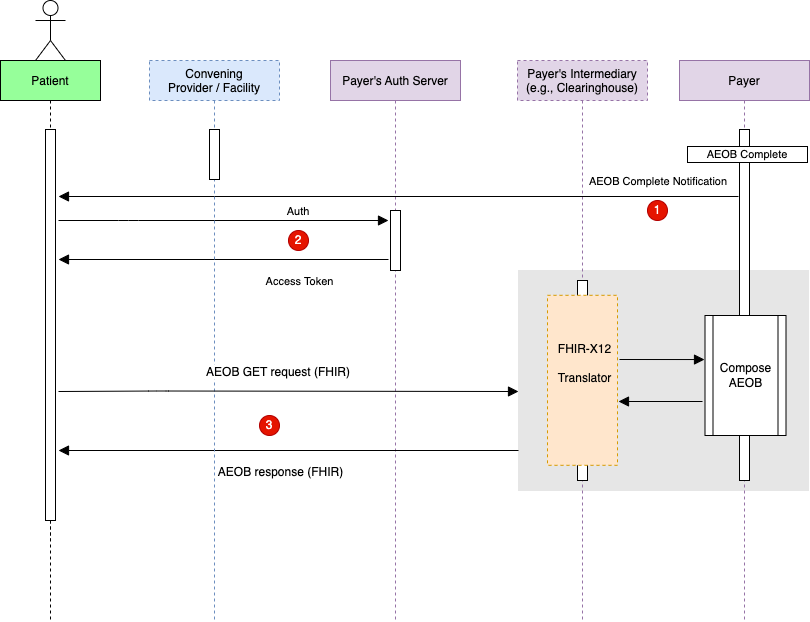
HL7/davinci-pct keeps this draw.io diagram as input/images/GetAEOB.drawio.png. Above is the earlier version. Source tidied: cells renumbered, new cells last; positions are measured from the earlier drawing's top-left corner, leaving out a move shared by most shapes.
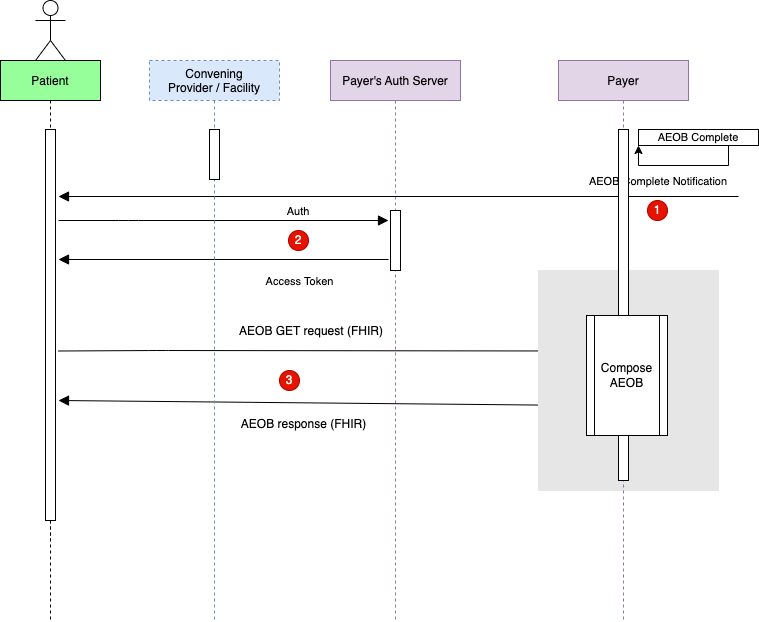
The same diagram one commit later.

Diff of the diagram source:
```diff
@@ -14,6 +14,24 @@
     <mxCell id="5" style="perimeter=orthogonalPerimeter;rounded=0;shadow=0;strokeWidth=1;" parent="4" vertex="1">
       <mxGeometry x="60" y="150" width="10" height="60" as="geometry" />
     </mxCell>
+    <mxCell id="27" style="verticalAlign=bottom;endArrow=block;shadow=0;strokeWidth=1;labelBackgroundColor=none;endSize=8;exitX=0;exitY=0.75;exitDx=0;exitDy=0;" parent="4" edge="1" source="18">
+      <mxGeometry x="0.02" y="-7" relative="1" as="geometry">
+        <mxPoint x="-272" y="340" as="targetPoint" />
+      </mxGeometry>
+    </mxCell>
+    <mxCell id="28" value="&lt;span style=&quot;font-size: 12px&quot;&gt;AEOB response (FHIR)&lt;/span&gt;" style="edgeLabel;html=1;align=center;verticalAlign=bottom;labelPosition=center;verticalLabelPosition=top;" parent="27" vertex="1">
+      <mxGeometry x="0.32" y="-4" relative="1" as="geometry">
+        <mxPoint x="65" y="34" as="offset" />
+      </mxGeometry>
+    </mxCell>
+    <mxCell id="31" value="AEOB GET request (FHIR)" style="verticalAlign=bottom;endArrow=block;shadow=0;strokeWidth=1;endSize=8;fontSize=12;entryX=0.025;entryY=0.296;entryDx=0;entryDy=0;entryPerimeter=0;" parent="4" edge="1" target="18">
+      <mxGeometry x="-0.04" y="10" relative="1" as="geometry">
+        <mxPoint x="-272" y="290.5" as="sourcePoint" />
+        <Array as="points">
+          <mxPoint x="-172" y="290" />
+        </Array>
+      </mxGeometry>
+    </mxCell>
     <mxCell id="6" style="shape=umlActor;verticalLabelPosition=bottom;verticalAlign=top;html=1;" parent="1" vertex="1">
       <mxGeometry x="35" width="30" height="60" as="geometry" />
     </mxCell>
@@ -29,55 +47,20 @@
       <mxGeometry x="288" y="230" width="20" height="20" as="geometry" />
     </mxCell>
     <mxCell id="10" style="perimeter=orthogonalPerimeter;rounded=0;shadow=0;strokeWidth=1;fillColor=#E6E6E6;strokeColor=#E6E6E6;" parent="1" vertex="1">
-      <mxGeometry x="518" y="270" width="290" height="220" as="geometry" />
+      <mxGeometry x="538" y="270" width="180" height="220" as="geometry" />
     </mxCell>
-    <mxCell id="11" value="Payer's Intermediary&#10;(e.g., Clearinghouse)" style="shape=umlLifeline;perimeter=lifelinePerimeter;rounded=0;shadow=0;strokeWidth=1;fillColor=#e1d5e7;strokeColor=#9673a6;dashed=1;" parent="1" vertex="1">
-      <mxGeometry x="517" y="60" width="130" height="560" as="geometry" />
-    </mxCell>
-    <mxCell id="12" style="perimeter=orthogonalPerimeter;rounded=0;shadow=0;strokeWidth=1;" parent="11" vertex="1">
-      <mxGeometry x="60" y="220" width="10" height="200" as="geometry" />
-    </mxCell>
     <mxCell id="13" value="Payer" style="shape=umlLifeline;perimeter=lifelinePerimeter;rounded=0;shadow=0;strokeWidth=1;fillColor=#e1d5e7;strokeColor=#9673a6;" parent="1" vertex="1">
-      <mxGeometry x="679" y="60" width="130" height="560" as="geometry" />
+      <mxGeometry x="558" y="60" width="130" height="560" as="geometry" />
     </mxCell>
-    <mxCell id="14" style="perimeter=orthogonalPerimeter;rounded=0;shadow=0;strokeWidth=1;" parent="13" vertex="1">
-      <mxGeometry x="60" y="69" width="10" height="351" as="geometry" />
-    </mxCell>
-    <mxCell id="15" style="group;" parent="1" vertex="1">
-      <mxGeometry x="549" y="298" width="70" height="170" as="geometry" />
-    </mxCell>
-    <mxCell id="16" style="rounded=0;whiteSpace=wrap;html=1;fillColor=#ffe6cc;strokeColor=#d79b00;dashed=1;" parent="15" vertex="1">
-      <mxGeometry x="-2" y="-3.2" width="70" height="170" as="geometry" />
-    </mxCell>
-    <mxCell id="17" value="&lt;font style=&quot;font-size: 12px ; font-weight: normal&quot;&gt;FHIR-X12&lt;br&gt;Translator&lt;/font&gt;" style="text;strokeColor=none;fillColor=none;html=1;fontSize=24;fontStyle=1;verticalAlign=middle;align=center;" parent="15" vertex="1">
-      <mxGeometry y="32.2" width="70" height="56.7" as="geometry" />
-    </mxCell>
-    <mxCell id="18" value="Compose AEOB" style="shape=process;whiteSpace=wrap;html=1;backgroundOutline=1;" parent="1" vertex="1">
-      <mxGeometry x="704.5" y="315" width="81" height="120" as="geometry" />
-    </mxCell>
     <mxCell id="19" value="AEOB Complete Notification" style="verticalAlign=bottom;endArrow=block;endSize=8;shadow=0;strokeWidth=1;endFill=1;" parent="1" edge="1">
       <mxGeometry x="-0.76" y="-6" relative="1" as="geometry">
         <mxPoint x="738" y="196" as="sourcePoint" />
         <mxPoint x="58" y="196" as="targetPoint" />
       </mxGeometry>
     </mxCell>
-    <mxCell id="20" style="verticalAlign=bottom;endArrow=block;shadow=0;strokeWidth=1;labelBackgroundColor=none;entryX=-0.006;entryY=0.367;entryDx=0;entryDy=0;entryPerimeter=0;endSize=8;" parent="1" edge="1" target="18">
-      <mxGeometry x="0.08" y="8" relative="1" as="geometry">
-        <mxPoint x="619" y="359" as="sourcePoint" />
-      </mxGeometry>
-    </mxCell>
-    <mxCell id="21" style="verticalAlign=bottom;endArrow=block;shadow=0;strokeWidth=1;labelBackgroundColor=none;endSize=8;" parent="1" edge="1">
-      <mxGeometry x="0.02" y="-7" relative="1" as="geometry">
-        <mxPoint x="702" y="401" as="sourcePoint" />
-        <mxPoint x="618" y="401" as="targetPoint" />
-      </mxGeometry>
-    </mxCell>
     <mxCell id="22" value="3" style="ellipse;whiteSpace=wrap;html=1;fillColor=#e51400;strokeColor=#B20000;fontColor=#ffffff;" parent="1" vertex="1">
-      <mxGeometry x="259" y="415" width="20" height="20" as="geometry" />
+      <mxGeometry x="279" y="370" width="20" height="20" as="geometry" />
     </mxCell>
-    <mxCell id="23" value="&lt;font style=&quot;font-size: 11px&quot;&gt;AEOB Complete&lt;/font&gt;" style="rounded=0;whiteSpace=wrap;html=1;" parent="1" vertex="1">
-      <mxGeometry x="687" y="146" width="120" height="16" as="geometry" />
-    </mxCell>
     <mxCell id="24" value="Auth" style="verticalAlign=bottom;endArrow=block;shadow=0;strokeWidth=1;endSize=8;" parent="1" edge="1">
       <mxGeometry x="0.45" relative="1" as="geometry">
         <mxPoint x="58" y="220" as="sourcePoint" />
@@ -98,31 +81,23 @@
         <mxPoint x="128" y="34" as="offset" />
       </mxGeometry>
     </mxCell>
-    <mxCell id="27" style="verticalAlign=bottom;endArrow=block;shadow=0;strokeWidth=1;labelBackgroundColor=none;endSize=8;" parent="1" edge="1">
-      <mxGeometry x="0.02" y="-7" relative="1" as="geometry">
-        <mxPoint x="518" y="450" as="sourcePoint" />
-        <mxPoint x="58" y="450" as="targetPoint" />
-      </mxGeometry>
-    </mxCell>
-    <mxCell id="28" value="&lt;span style=&quot;font-size: 12px&quot;&gt;AEOB response (FHIR)&lt;/span&gt;" style="edgeLabel;html=1;align=center;verticalAlign=bottom;labelPosition=center;verticalLabelPosition=top;" parent="27" vertex="1">
-      <mxGeometry x="0.32" y="-4" relative="1" as="geometry">
-        <mxPoint x="65" y="34" as="offset" />
-      </mxGeometry>
-    </mxCell>
     <mxCell id="29" value="Convening&#10;Provider / Facility" style="shape=umlLifeline;perimeter=lifelinePerimeter;rounded=0;shadow=0;strokeWidth=1;fillColor=#dae8fc;strokeColor=#6c8ebf;dashed=1;" parent="1" vertex="1">
       <mxGeometry x="149" y="60" width="130" height="560" as="geometry" />
     </mxCell>
     <mxCell id="30" style="perimeter=orthogonalPerimeter;rounded=0;shadow=0;strokeWidth=1;" parent="29" vertex="1">
       <mxGeometry x="60" y="69" width="10" height="50" as="geometry" />
     </mxCell>
-    <mxCell id="31" value="AEOB GET request (FHIR)" style="verticalAlign=bottom;endArrow=block;shadow=0;strokeWidth=1;endSize=8;fontSize=12;" parent="1" edge="1">
-      <mxGeometry x="-0.04" y="10" relative="1" as="geometry">
-        <mxPoint x="58" y="391" as="sourcePoint" />
-        <mxPoint x="518" y="391" as="targetPoint" />
-        <Array as="points">
-          <mxPoint x="158" y="390.5" />
-        </Array>
-      </mxGeometry>
-    </mxCell>
+    <mxCell id="14" style="perimeter=orthogonalPerimeter;rounded=0;shadow=0;strokeWidth=1;" parent="1" vertex="1">
+      <mxGeometry x="618" y="129" width="10" height="351" as="geometry" />
+    </mxCell>
+    <mxCell id="18" value="Compose AEOB" style="shape=process;whiteSpace=wrap;html=1;backgroundOutline=1;" parent="1" vertex="1">
+      <mxGeometry x="586" y="315" width="81" height="120" as="geometry" />
+    </mxCell>
+    <mxCell id="23" value="&lt;font style=&quot;font-size: 11px&quot;&gt;AEOB Complete&lt;/font&gt;" style="rounded=0;whiteSpace=wrap;html=1;" parent="1" vertex="1">
+      <mxGeometry x="638" y="129" width="120" height="16" as="geometry" />
+    </mxCell>
+    <mxCell id="32" style="edgeStyle=orthogonalEdgeStyle;rounded=0;orthogonalLoop=1;jettySize=auto;html=1;exitX=0.75;exitY=1;exitDx=0;exitDy=0;entryX=0;entryY=1;entryDx=0;entryDy=0;" parent="1" edge="1" source="23" target="23">
+      <mxGeometry relative="1" as="geometry" />
+    </mxCell>
   </root>
 </mxGraphModel>
```
